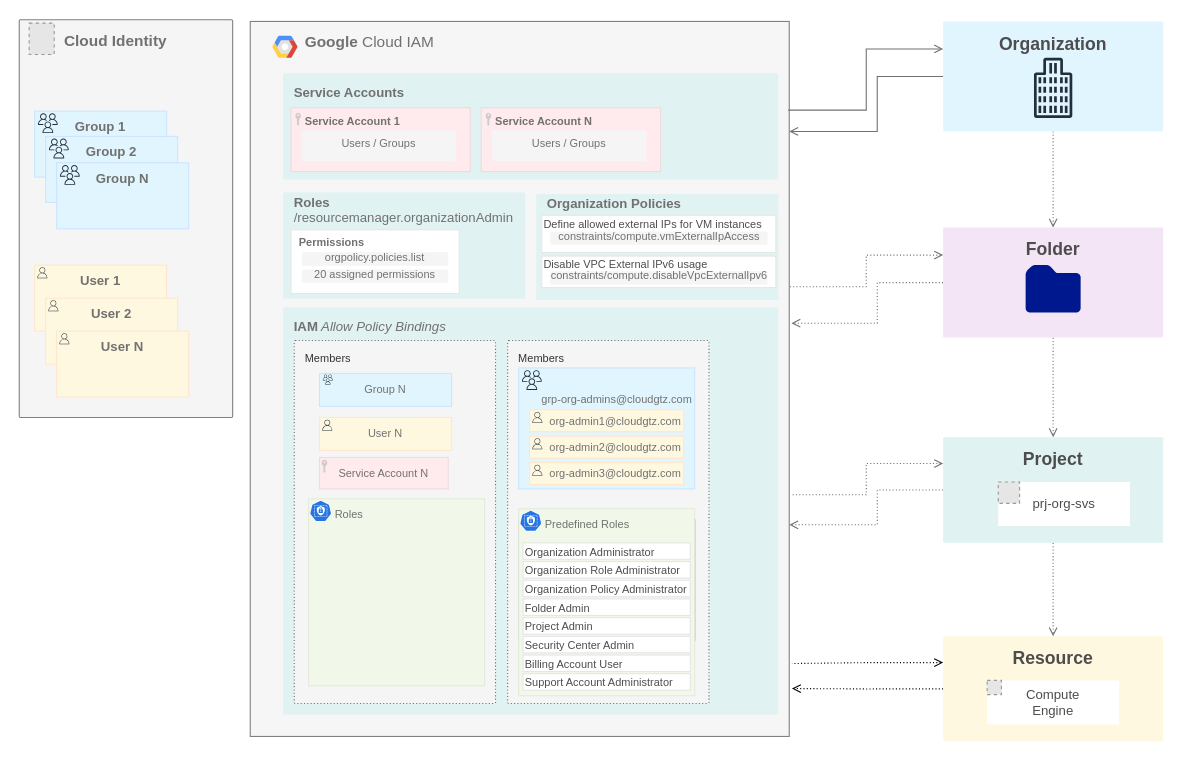
Above: page "Access Management" (2 of 3) of docs/assets/images/gcp-infrastructure.drawio in gtz4all/gtz4all.github.io (draw.io), before the change. Source tidied: cells renumbered, new cells numbered last; positions are measured from the earlier drawing's top-left corner, leaving out a move shared by most shapes. Both pictures are drawn from the tidied source at 110%, with x=0, y=0 at pixel (19, 19). Pictures stored in the file or linked from it are replaced by grey dashed boxes.
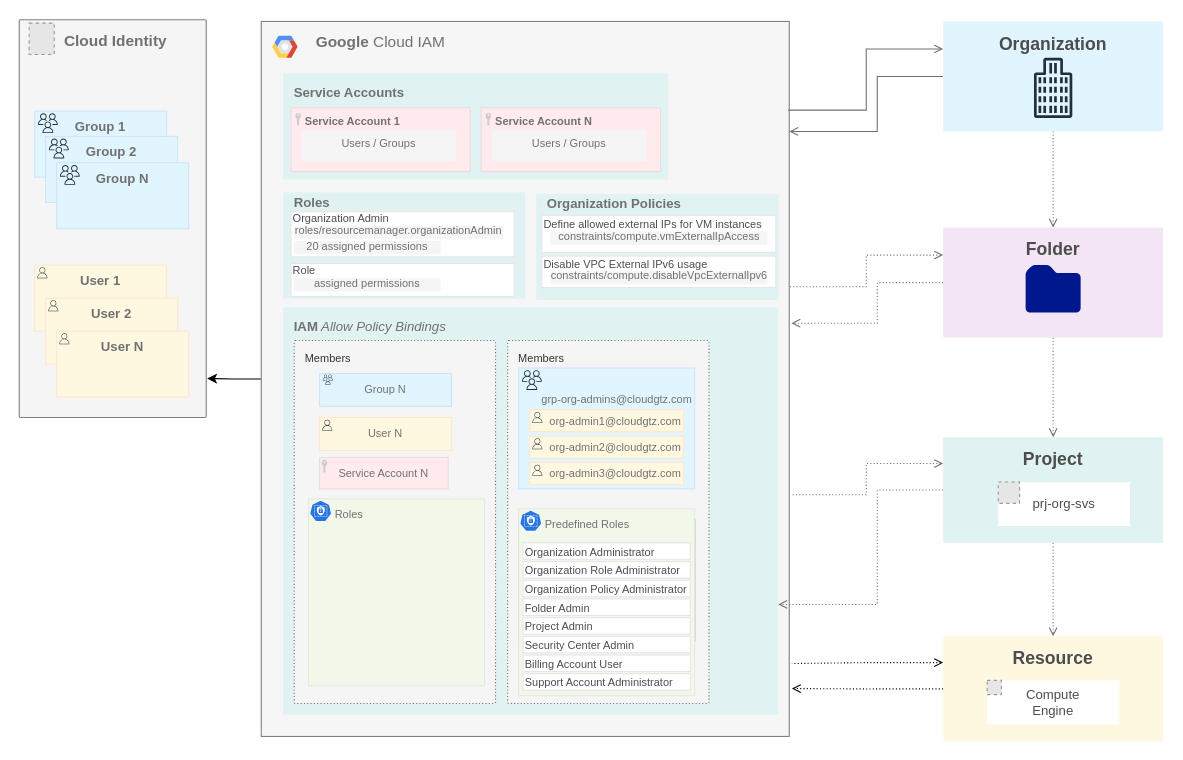
The same diagram, later.

The change refers to these unchanged cells:
```xml
<mxCell id="26" value="&lt;font color=&quot;#717171&quot;&gt;&lt;b style=&quot;&quot;&gt;IAM&lt;/b&gt;&lt;i&gt; Allow Policy Bindings&lt;/i&gt;&lt;/font&gt;" style="sketch=0;points=[[0,0,0],[0.25,0,0],[0.5,0,0],[0.75,0,0],[1,0,0],[1,0.25,0],[1,0.5,0],[1,0.75,0],[1,1,0],[0.75,1,0],[0.5,1,0],[0.25,1,0],[0,1,0],[0,0.75,0],[0,0.5,0],[0,0.25,0]];rounded=1;absoluteArcSize=1;arcSize=2;html=1;strokeColor=none;gradientColor=none;shadow=0;dashed=0;fontSize=12;fontColor=#9E9E9E;align=left;verticalAlign=top;spacing=10;spacingTop=-4;whiteSpace=wrap;fillColor=#E0F2F1;" parent="1" vertex="1">
  <mxGeometry x="239.8" y="262" width="450.2" height="370" as="geometry" />
</mxCell>
<mxCell id="82" value="&lt;b&gt;&lt;font color=&quot;#4d4d4d&quot; style=&quot;font-size: 16px;&quot;&gt;Project&lt;/font&gt;&lt;/b&gt;" style="sketch=0;points=[[0,0,0],[0.25,0,0],[0.5,0,0],[0.75,0,0],[1,0,0],[1,0.25,0],[1,0.5,0],[1,0.75,0],[1,1,0],[0.75,1,0],[0.5,1,0],[0.25,1,0],[0,1,0],[0,0.75,0],[0,0.5,0],[0,0.25,0]];rounded=1;absoluteArcSize=1;arcSize=2;html=1;strokeColor=none;gradientColor=none;shadow=0;dashed=0;fontSize=12;fontColor=#9E9E9E;align=center;verticalAlign=top;spacing=10;spacingTop=-4;whiteSpace=wrap;fillColor=#E0F2F1;" parent="1" vertex="1">
  <mxGeometry x="839.9" y="379.9" width="200" height="96.1" as="geometry" />
</mxCell>
```

Diff of the diagram source:
```diff
@@
+    <mxCell id="93" style="edgeStyle=orthogonalEdgeStyle;rounded=0;jettySize=auto;html=1;entryX=1.005;entryY=0.902;entryDx=0;entryDy=0;entryPerimeter=0;" parent="1" edge="1" source="2" target="3">
+      <mxGeometry relative="1" as="geometry" />
+    </mxCell>
     <mxCell id="2" value="&lt;b&gt;Google &lt;/b&gt;Cloud IAM" style="fillColor=#F6F6F6;strokeColor=#808080;shadow=0;gradientColor=none;fontSize=14;align=left;spacing=10;fontColor=#717171;9E9E9E;verticalAlign=top;spacingTop=-4;fontStyle=0;spacingLeft=40;html=1;whiteSpace=wrap;" parent="1" vertex="1">
-      <mxGeometry x="210" y="2" width="490" height="650" as="geometry" />
+      <mxGeometry x="220" y="2" width="480" height="650" as="geometry" />
     </mxCell>
     <mxCell id="3" value="&lt;font color=&quot;#717171&quot; style=&quot;font-size: 14px;&quot;&gt;&lt;b style=&quot;&quot;&gt;&lt;span style=&quot;white-space: pre;&quot;&gt;&#9;&lt;/span&gt;Cloud Identity&lt;/b&gt;&lt;/font&gt;" style="sketch=0;points=[[0,0,0],[0.25,0,0],[0.5,0,0],[0.75,0,0],[1,0,0],[1,0.25,0],[1,0.5,0],[1,0.75,0],[1,1,0],[0.75,1,0],[0.5,1,0],[0.25,1,0],[0,1,0],[0,0.75,0],[0,0.5,0],[0,0.25,0]];rounded=1;absoluteArcSize=1;arcSize=2;html=1;strokeColor=#808080;shadow=0;dashed=0;fontSize=12;align=left;verticalAlign=top;spacing=10;spacingTop=-4;whiteSpace=wrap;fillColor=#f5f5f5;fontColor=#333333;" parent="1" vertex="1">
-      <mxGeometry y="0.5" width="194" height="361.5" as="geometry" />
+      <mxGeometry y="0.5" width="170" height="361.5" as="geometry" />
     </mxCell>
@@
-    <mxCell id="22" value="&lt;font color=&quot;#717171&quot;&gt;&lt;b&gt;Roles&amp;nbsp;&lt;br&gt;&lt;/b&gt;/resourcemanager.organizationAdmin&lt;/font&gt;" style="sketch=0;rounded=1;absoluteArcSize=1;arcSize=2;html=1;strokeColor=none;gradientColor=none;shadow=0;dashed=0;fontSize=12;fontColor=#9E9E9E;align=left;verticalAlign=top;spacing=10;spacingTop=-13;whiteSpace=wrap;fillColor=#E0F2F1;" parent="1" vertex="1">
+    <mxCell id="22" value="&lt;font color=&quot;#717171&quot;&gt;&lt;b&gt;Roles&amp;nbsp;&lt;/b&gt;&lt;br&gt;&lt;/font&gt;" style="sketch=0;rounded=1;absoluteArcSize=1;arcSize=2;html=1;strokeColor=none;gradientColor=none;shadow=0;dashed=0;fontSize=12;fontColor=#9E9E9E;align=left;verticalAlign=top;spacing=10;spacingTop=-13;whiteSpace=wrap;fillColor=#E0F2F1;" parent="1" vertex="1">
       <mxGeometry x="239.8" y="157.6" width="220.2" height="96.6" as="geometry" />
     </mxCell>
-    <mxCell id="23" value="&lt;b&gt;&lt;font color=&quot;#717171&quot;&gt;&amp;nbsp; Permissions&lt;/font&gt;&lt;/b&gt;" style="rounded=0;whiteSpace=wrap;html=1;verticalAlign=top;align=left;strokeColor=#E6E6E6;fontColor=#4D4D4D;fontSize=10;strokeWidth=1;" parent="1" vertex="1">
-      <mxGeometry x="247" y="191.4" width="153" height="58" as="geometry" />
+    <mxCell id="23" value="&lt;font style=&quot;font-size: 10px;&quot;&gt;&lt;span style=&quot;border-color: var(--border-color);&quot;&gt;Organization Admin&lt;br&gt;&lt;/span&gt;&lt;/font&gt;" style="rounded=0;whiteSpace=wrap;html=1;verticalAlign=top;align=left;strokeColor=#E6E6E6;fontColor=#4D4D4D;fontSize=10;strokeWidth=1;spacingTop=-6;" parent="1" vertex="1">
+      <mxGeometry x="247" y="175" width="203" height="41" as="geometry" />
     </mxCell>
-    <mxCell id="24" value="&lt;span style=&quot;border-color: var(--border-color); font-size: 10px;&quot;&gt;&lt;font style=&quot;border-color: var(--border-color); font-size: 10px;&quot; color=&quot;#717171&quot;&gt;orgpolicy.policies.list&lt;/font&gt;&lt;/span&gt;" style="sketch=0;rounded=1;absoluteArcSize=1;arcSize=2;html=1;strokeColor=none;shadow=0;dashed=0;fontSize=10;fontColor=#333333;align=center;verticalAlign=middle;spacing=10;spacingTop=-4;whiteSpace=wrap;fillColor=#f5f5f5;" parent="1" vertex="1">
-      <mxGeometry x="257" y="211.9" width="133" height="12.1" as="geometry" />
+    <mxCell id="24" value="&lt;div style=&quot;text-align: left;&quot;&gt;&lt;font color=&quot;#717171&quot;&gt;&lt;span style=&quot;background-color: initial;&quot;&gt;roles&lt;/span&gt;&lt;span style=&quot;background-color: initial; text-align: left;&quot;&gt;/resourcemanager.organizationAdmin&lt;/span&gt;&lt;/font&gt;&lt;/div&gt;" style="sketch=0;rounded=1;absoluteArcSize=1;arcSize=2;html=1;strokeColor=none;shadow=0;dashed=0;fontSize=10;fontColor=#333333;align=center;verticalAlign=middle;spacing=10;spacingTop=-4;whiteSpace=wrap;fillColor=#f5f5f5;" parent="1" vertex="1">
+      <mxGeometry x="250" y="187.9" width="190" height="12.1" as="geometry" />
     </mxCell>
     <mxCell id="25" value="&lt;span style=&quot;border-color: var(--border-color); font-size: 10px;&quot;&gt;&lt;font style=&quot;border-color: var(--border-color); font-size: 10px;&quot; color=&quot;#717171&quot;&gt;20 assigned permissions&lt;/font&gt;&lt;/span&gt;" style="sketch=0;rounded=1;absoluteArcSize=1;arcSize=2;html=1;strokeColor=none;shadow=0;dashed=0;fontSize=10;fontColor=#333333;align=center;verticalAlign=middle;spacing=10;spacingTop=-4;whiteSpace=wrap;fillColor=#f5f5f5;" parent="1" vertex="1">
-      <mxGeometry x="257" y="227.5" width="133" height="12.1" as="geometry" />
+      <mxGeometry x="250" y="201.5" width="133" height="12.1" as="geometry" />
     </mxCell>
@@
     <mxCell id="56" value="&lt;font color=&quot;#717171&quot;&gt;&lt;b&gt;Service Accounts&lt;/b&gt;&lt;/font&gt;" style="sketch=0;rounded=1;absoluteArcSize=1;arcSize=2;html=1;strokeColor=none;gradientColor=none;shadow=0;dashed=0;fontSize=12;fontColor=#9E9E9E;align=left;verticalAlign=top;spacing=10;spacingTop=-4;whiteSpace=wrap;fillColor=#E0F2F1;" parent="1" vertex="1">
-      <mxGeometry x="239.8" y="49" width="450.2" height="96.6" as="geometry" />
+      <mxGeometry x="239.8" y="49" width="350.2" height="96.6" as="geometry" />
     </mxCell>
@@
-    <mxCell id="81" style="edgeStyle=orthogonalEdgeStyle;rounded=0;jettySize=auto;html=1;exitX=0;exitY=0.5;exitDx=0;exitDy=0;exitPerimeter=0;entryX=1;entryY=0.704;entryDx=0;entryDy=0;entryPerimeter=0;dashed=1;dashPattern=1 2;endArrow=open;endFill=0;strokeColor=#717171;" parent="1" edge="1" source="82" target="2">
+    <mxCell id="81" style="edgeStyle=orthogonalEdgeStyle;rounded=0;jettySize=auto;html=1;exitX=0;exitY=0.5;exitDx=0;exitDy=0;exitPerimeter=0;dashed=1;dashPattern=1 2;endArrow=open;endFill=0;strokeColor=#717171;" parent="1" edge="1" source="82" target="26">
       <mxGeometry relative="1" as="geometry">
         <Array as="points">
           <mxPoint x="780" y="428" />
-          <mxPoint x="780" y="460" />
+          <mxPoint x="780" y="532" />
         </Array>
       </mxGeometry>
     </mxCell>
@@
+    <mxCell id="94" value="&lt;font style=&quot;font-size: 10px;&quot;&gt;&lt;span style=&quot;border-color: var(--border-color);&quot;&gt;Role&lt;br&gt;&lt;/span&gt;&lt;/font&gt;" style="rounded=0;whiteSpace=wrap;html=1;verticalAlign=top;align=left;strokeColor=#E6E6E6;fontColor=#4D4D4D;fontSize=10;strokeWidth=1;spacingTop=-6;" parent="1" vertex="1">
+      <mxGeometry x="247" y="222" width="203" height="30" as="geometry" />
+    </mxCell>
+    <mxCell id="95" value="&lt;span style=&quot;border-color: var(--border-color); font-size: 10px;&quot;&gt;&lt;font style=&quot;border-color: var(--border-color); font-size: 10px;&quot; color=&quot;#717171&quot;&gt;assigned permissions&lt;/font&gt;&lt;/span&gt;" style="sketch=0;rounded=1;absoluteArcSize=1;arcSize=2;html=1;strokeColor=none;shadow=0;dashed=0;fontSize=10;fontColor=#333333;align=center;verticalAlign=middle;spacing=10;spacingTop=-4;whiteSpace=wrap;fillColor=#f5f5f5;" parent="1" vertex="1">
+      <mxGeometry x="250" y="235.5" width="133" height="12.1" as="geometry" />
+    </mxCell>
```
